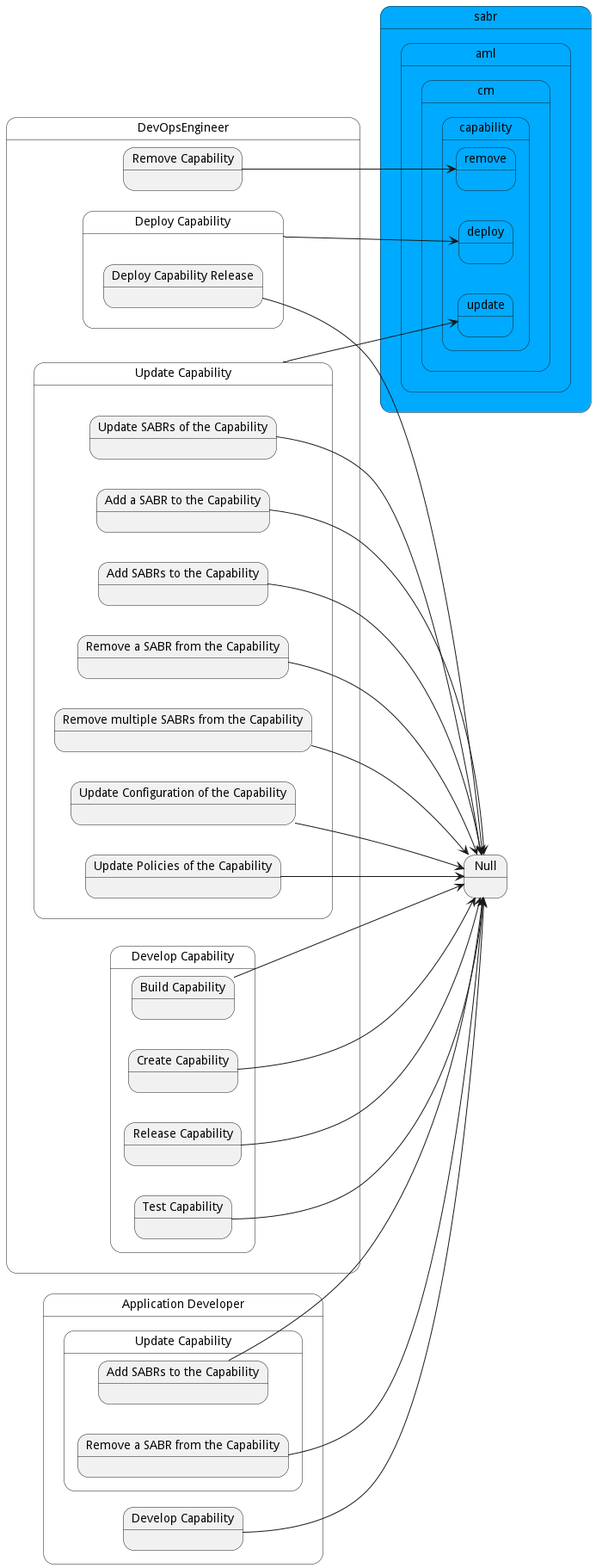
The PlantUML diagram docs/sabr/aml/cm/scenariomapping.png in madajaju/sabr, before a commit.
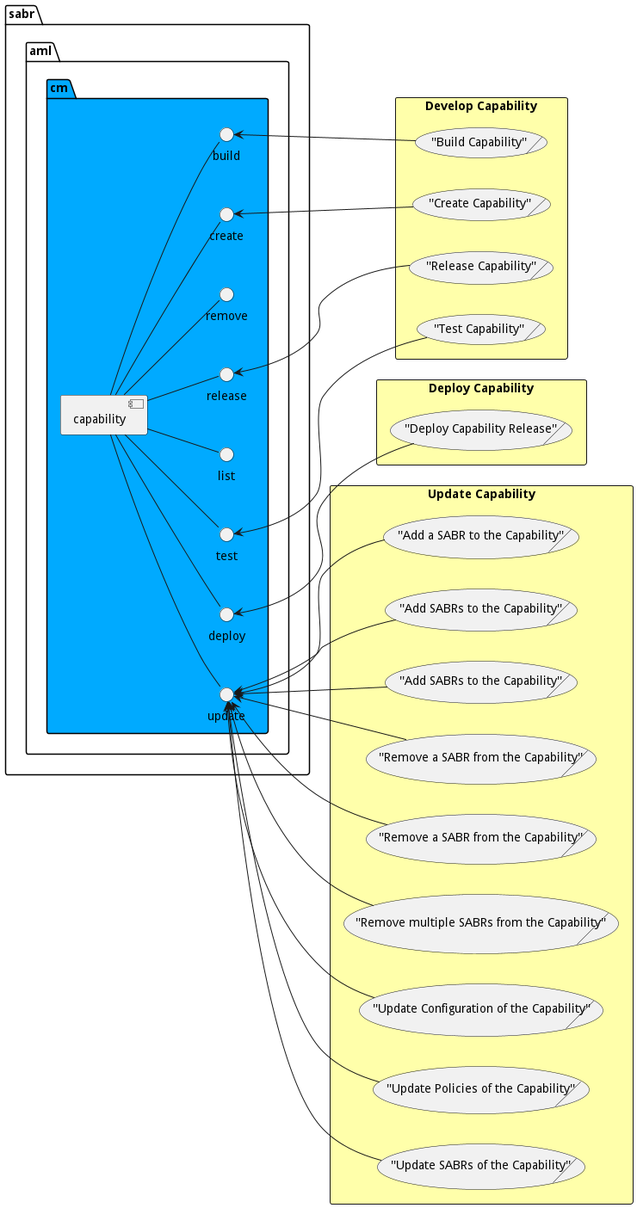
The same file after the commit.

Change to the diagram source:
```diff
@@ -2,208 +2,188 @@
 left to right direction
 
 
-
-state "DevOpsEngineer" as DevOpsEngineer {
-    state "Deploy Capability" as DevOpsEngineerDeployCapability {
-    }
-}
-state "sabr" as sabr #00aaff {
-state "aml" as sabraml #00aaff {
-state "cm" as sabramlcm #00aaff {
-state "capability" as sabramlcmcapability #00aaff {
-state "deploy" as sabramlcmcapabilitydeploy #00aaff {
-}
-}
+    package "sabr" as sabr {
+package "aml" as sabraml {
+package "cm" as sabramlcm #00aaff {
+ component "capability" as sabramlcmcapability
+ interface "build" as sabramlcmcapabilitybuild
+sabramlcmcapability -- sabramlcmcapabilitybuild
 }
 }
 }
 
-DevOpsEngineerDeployCapability --> sabramlcmcapabilitydeploy
 
-
-    state "DevOpsEngineer" as DevOpsEngineer {
-        state "Deploy Capability" as DevOpsEngineerDeployCapability {
-            state "Deploy Capability Release" as DevOpsEngineerDeployCapabilityDeployCapabilityRelease {
-            }
-        }
-    }
-
-    DevOpsEngineerDeployCapabilityDeployCapabilityRelease --> Null
-
-
-
-state "Application Developer" as ApplicationDeveloper {
-    state "Develop Capability" as ApplicationDeveloperDevelopCapability {
-    }
-}
-
-ApplicationDeveloperDevelopCapability --> Null
-
-
-    state "DevOpsEngineer" as DevOpsEngineer {
-        state "Develop Capability" as DevOpsEngineerDevelopCapability {
-            state "Build Capability" as DevOpsEngineerDevelopCapabilityBuildCapability {
-            }
-        }
-    }
-
-    DevOpsEngineerDevelopCapabilityBuildCapability --> Null
-
-
-    state "DevOpsEngineer" as DevOpsEngineer {
-        state "Develop Capability" as DevOpsEngineerDevelopCapability {
-            state "Create Capability" as DevOpsEngineerDevelopCapabilityCreateCapability {
-            }
-        }
-    }
-
-    DevOpsEngineerDevelopCapabilityCreateCapability --> Null
-
-
-    state "DevOpsEngineer" as DevOpsEngineer {
-        state "Develop Capability" as DevOpsEngineerDevelopCapability {
-            state "Release Capability" as DevOpsEngineerDevelopCapabilityReleaseCapability {
-            }
-        }
-    }
-
-    DevOpsEngineerDevelopCapabilityReleaseCapability --> Null
-
-
-    state "DevOpsEngineer" as DevOpsEngineer {
-        state "Develop Capability" as DevOpsEngineerDevelopCapability {
-            state "Test Capability" as DevOpsEngineerDevelopCapabilityTestCapability {
-            }
-        }
-    }
-
-    DevOpsEngineerDevelopCapabilityTestCapability --> Null
-
-
-
-state "DevOpsEngineer" as DevOpsEngineer {
-    state "Remove Capability" as DevOpsEngineerRemoveCapability {
-    }
-}
-state "sabr" as sabr #00aaff {
-state "aml" as sabraml #00aaff {
-state "cm" as sabramlcm #00aaff {
-state "capability" as sabramlcmcapability #00aaff {
-state "remove" as sabramlcmcapabilityremove #00aaff {
-}
-}
+    package "sabr" as sabr {
+package "aml" as sabraml {
+package "cm" as sabramlcm #00aaff {
+ component "capability" as sabramlcmcapability
+ interface "create" as sabramlcmcapabilitycreate
+sabramlcmcapability -- sabramlcmcapabilitycreate
 }
 }
 }
 
-DevOpsEngineerRemoveCapability --> sabramlcmcapabilityremove
 
-
-
-state "DevOpsEngineer" as DevOpsEngineer {
-    state "Update Capability" as DevOpsEngineerUpdateCapability {
-    }
-}
-state "sabr" as sabr #00aaff {
-state "aml" as sabraml #00aaff {
-state "cm" as sabramlcm #00aaff {
-state "capability" as sabramlcmcapability #00aaff {
-state "update" as sabramlcmcapabilityupdate #00aaff {
-}
-}
+    package "sabr" as sabr {
+package "aml" as sabraml {
+package "cm" as sabramlcm #00aaff {
+ component "capability" as sabramlcmcapability
+ interface "deploy" as sabramlcmcapabilitydeploy
+sabramlcmcapability -- sabramlcmcapabilitydeploy
 }
 }
 }
 
-DevOpsEngineerUpdateCapability --> sabramlcmcapabilityupdate
+
+    package "sabr" as sabr {
+package "aml" as sabraml {
+package "cm" as sabramlcm #00aaff {
+ component "capability" as sabramlcmcapability
+ interface "list" as sabramlcmcapabilitylist
+sabramlcmcapability -- sabramlcmcapabilitylist
+}
+}
+}
 
 
-    state "DevOpsEngineer" as DevOpsEngineer {
-        state "Update Capability" as DevOpsEngineerUpdateCapability {
-            state "Add a SABR to the Capability" as DevOpsEngineerUpdateCapabilityAddaSABRtotheCapability {
-            }
-        }
-    }
-
-    DevOpsEngineerUpdateCapabilityAddaSABRtotheCapability --> Null
+    package "sabr" as sabr {
+package "aml" as sabraml {
+package "cm" as sabramlcm #00aaff {
+ component "capability" as sabramlcmcapability
+ interface "release" as sabramlcmcapabilityrelease
+sabramlcmcapability -- sabramlcmcapabilityrelease
+}
+}
+}
 
 
-    state "ApplicationDeveloper" as ApplicationDeveloper {
-        state "Update Capability" as ApplicationDeveloperUpdateCapability {
-            state "Add SABRs to the Capability" as ApplicationDeveloperUpdateCapabilityAddSABRstotheCapability {
-            }
-        }
-    }
-
-    ApplicationDeveloperUpdateCapabilityAddSABRstotheCapability --> Null
-
-    state "DevOpsEngineer" as DevOpsEngineer {
-        state "Update Capability" as DevOpsEngineerUpdateCapability {
-            state "Add SABRs to the Capability" as DevOpsEngineerUpdateCapabilityAddSABRstotheCapability {
-            }
-        }
-    }
-
-    DevOpsEngineerUpdateCapabilityAddSABRstotheCapability --> Null
+    package "sabr" as sabr {
+package "aml" as sabraml {
+package "cm" as sabramlcm #00aaff {
+ component "capability" as sabramlcmcapability
+ interface "remove" as sabramlcmcapabilityremove
+sabramlcmcapability -- sabramlcmcapabilityremove
+}
+}
+}
 
 
-    state "DevOpsEngineer" as DevOpsEngineer {
-        state "Update Capability" as DevOpsEngineerUpdateCapability {
-            state "Remove a SABR from the Capability" as DevOpsEngineerUpdateCapabilityRemoveaSABRfromtheCapability {
-            }
-        }
-    }
-
-    DevOpsEngineerUpdateCapabilityRemoveaSABRfromtheCapability --> Null
-
-    state "ApplicationDeveloper" as ApplicationDeveloper {
-        state "Update Capability" as ApplicationDeveloperUpdateCapability {
-            state "Remove a SABR from the Capability" as ApplicationDeveloperUpdateCapabilityRemoveaSABRfromtheCapability {
-            }
-        }
-    }
-
-    ApplicationDeveloperUpdateCapabilityRemoveaSABRfromtheCapability --> Null
+    package "sabr" as sabr {
+package "aml" as sabraml {
+package "cm" as sabramlcm #00aaff {
+ component "capability" as sabramlcmcapability
+ interface "test" as sabramlcmcapabilitytest
+sabramlcmcapability -- sabramlcmcapabilitytest
+}
+}
+}
 
 
-    state "DevOpsEngineer" as DevOpsEngineer {
-        state "Update Capability" as DevOpsEngineerUpdateCapability {
-            state "Remove multiple SABRs from the Capability" as DevOpsEngineerUpdateCapabilityRemovemultipleSABRsfromtheCapability {
-            }
-        }
-    }
-
-    DevOpsEngineerUpdateCapabilityRemovemultipleSABRsfromtheCapability --> Null
+    package "sabr" as sabr {
+package "aml" as sabraml {
+package "cm" as sabramlcm #00aaff {
+ component "capability" as sabramlcmcapability
+ interface "update" as sabramlcmcapabilityupdate
+sabramlcmcapability -- sabramlcmcapabilityupdate
+}
+}
+}
 
 
-    state "DevOpsEngineer" as DevOpsEngineer {
-        state "Update Capability" as DevOpsEngineerUpdateCapability {
-            state "Update Configuration of the Capability" as DevOpsEngineerUpdateCapabilityUpdateConfigurationoftheCapability {
-            }
-        }
-    }
-
-    DevOpsEngineerUpdateCapabilityUpdateConfigurationoftheCapability --> Null
 
 
-    state "DevOpsEngineer" as DevOpsEngineer {
-        state "Update Capability" as DevOpsEngineerUpdateCapability {
-            state "Update Policies of the Capability" as DevOpsEngineerUpdateCapabilityUpdatePoliciesoftheCapability {
-            }
+
+        rectangle "Deploy Capability" as DeployCapability #ffffaa {
+            ("Deploy Capability Release")/ as DevOpsEngineerDeployCapabilityDeployCapabilityRelease
         }
-    }
 
-    DevOpsEngineerUpdateCapabilityUpdatePoliciesoftheCapability --> Null
+    sabramlcmcapabilitydeploy <-- DevOpsEngineerDeployCapabilityDeployCapabilityRelease
 
 
-    state "DevOpsEngineer" as DevOpsEngineer {
-        state "Update Capability" as DevOpsEngineerUpdateCapability {
-            state "Update SABRs of the Capability" as DevOpsEngineerUpdateCapabilityUpdateSABRsoftheCapability {
-            }
+        rectangle "Develop Capability" as DevelopCapability #ffffaa {
+            ("Build Capability")/ as DevOpsEngineerDevelopCapabilityBuildCapability
         }
-    }
 
-    DevOpsEngineerUpdateCapabilityUpdateSABRsoftheCapability --> Null
+    sabramlcmcapabilitybuild <-- DevOpsEngineerDevelopCapabilityBuildCapability
+
+        rectangle "Develop Capability" as DevelopCapability #ffffaa {
+            ("Create Capability")/ as DevOpsEngineerDevelopCapabilityCreateCapability
+        }
+
+    sabramlcmcapabilitycreate <-- DevOpsEngineerDevelopCapabilityCreateCapability
+
+        rectangle "Develop Capability" as DevelopCapability #ffffaa {
+            ("Release Capability")/ as DevOpsEngineerDevelopCapabilityReleaseCapability
+        }
+
+    sabramlcmcapabilityrelease <-- DevOpsEngineerDevelopCapabilityReleaseCapability
+
+        rectangle "Develop Capability" as DevelopCapability #ffffaa {
+            ("Test Capability")/ as DevOpsEngineerDevelopCapabilityTestCapability
+        }
+
+    sabramlcmcapabilitytest <-- DevOpsEngineerDevelopCapabilityTestCapability
+
+
+
+        rectangle "Update Capability" as UpdateCapability #ffffaa {
+            ("Add a SABR to the Capability")/ as DevOpsEngineerUpdateCapabilityAddaSABRtotheCapability
+        }
+
+    sabramlcmcapabilityupdate <-- DevOpsEngineerUpdateCapabilityAddaSABRtotheCapability
+
+        rectangle "Update Capability" as UpdateCapability #ffffaa {
+            ("Add SABRs to the Capability")/ as ApplicationDeveloperUpdateCapabilityAddSABRstotheCapability
+        }
+
+    sabramlcmcapabilityupdate <-- ApplicationDeveloperUpdateCapabilityAddSABRstotheCapability
+
+        rectangle "Update Capability" as UpdateCapability #ffffaa {
+            ("Add SABRs to the Capability")/ as DevOpsEngineerUpdateCapabilityAddSABRstotheCapability
+        }
+
+    sabramlcmcapabilityupdate <-- DevOpsEngineerUpdateCapabilityAddSABRstotheCapability
+
+        rectangle "Update Capability" as UpdateCapability #ffffaa {
+            ("Remove a SABR from the Capability")/ as DevOpsEngineerUpdateCapabilityRemoveaSABRfromtheCapability
+        }
+
+    sabramlcmcapabilityupdate <-- DevOpsEngineerUpdateCapabilityRemoveaSABRfromtheCapability
+
+        rectangle "Update Capability" as UpdateCapability #ffffaa {
+            ("Remove a SABR from the Capability")/ as ApplicationDeveloperUpdateCapabilityRemoveaSABRfromtheCapability
+        }
+
+    sabramlcmcapabilityupdate <-- ApplicationDeveloperUpdateCapabilityRemoveaSABRfromtheCapability
+
+        rectangle "Update Capability" as UpdateCapability #ffffaa {
+            ("Remove multiple SABRs from the Capability")/ as DevOpsEngineerUpdateCapabilityRemovemultipleSABRsfromtheCapability
+        }
+
+    sabramlcmcapabilityupdate <-- DevOpsEngineerUpdateCapabilityRemovemultipleSABRsfromtheCapability
+
+        rectangle "Update Capability" as UpdateCapability #ffffaa {
+            ("Update Configuration of the Capability")/ as DevOpsEngineerUpdateCapabilityUpdateConfigurationoftheCapability
+        }
+
+    sabramlcmcapabilityupdate <-- DevOpsEngineerUpdateCapabilityUpdateConfigurationoftheCapability
+
+        rectangle "Update Capability" as UpdateCapability #ffffaa {
+            ("Update Policies of the Capability")/ as DevOpsEngineerUpdateCapabilityUpdatePoliciesoftheCapability
+        }
+
+    sabramlcmcapabilityupdate <-- DevOpsEngineerUpdateCapabilityUpdatePoliciesoftheCapability
+
+        rectangle "Update Capability" as UpdateCapability #ffffaa {
+            ("Update SABRs of the Capability")/ as DevOpsEngineerUpdateCapabilityUpdateSABRsoftheCapability
+        }
+
+    sabramlcmcapabilityupdate <-- DevOpsEngineerUpdateCapabilityUpdateSABRsoftheCapability
+
+
+
+
+
 
 
 
```
